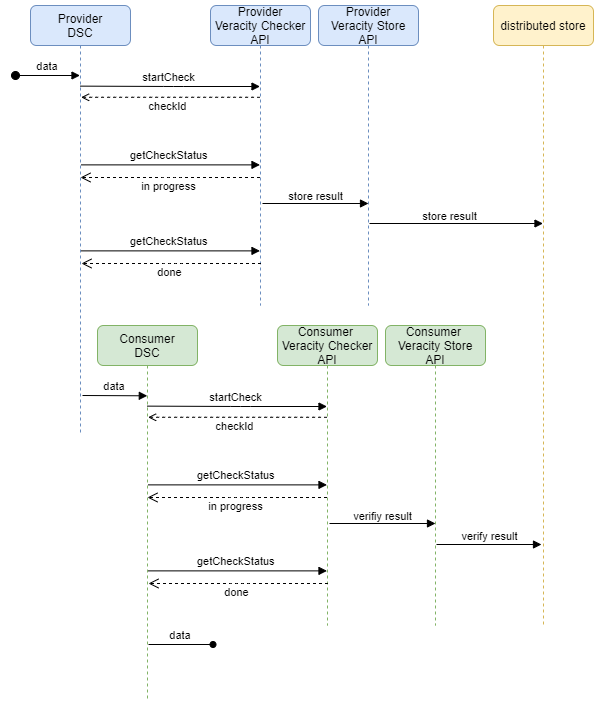
botondklenk/data-veracity keeps this draw.io diagram as docs/figures/check-call.drawio.png. Above is the earlier version. Source tidied: cells renumbered, new cells last; positions are measured from the earlier drawing's top-left corner, leaving out a move shared by most shapes. Source of this version:
```xml
<mxGraphModel background="#ffffff">
  <root>
    <mxCell id="0" />
    <mxCell id="1" parent="0" />
    <mxCell id="2" value="Provider&#10;DSC" style="shape=umlLifeline;perimeter=lifelinePerimeter;rounded=1;shadow=0;strokeWidth=1;fillColor=#dae8fc;strokeColor=#6c8ebf;" parent="1" vertex="1">
      <mxGeometry x="15" width="100" height="427" as="geometry" />
    </mxCell>
    <mxCell id="3" value="data" style="verticalAlign=bottom;startArrow=oval;endArrow=block;startSize=8;shadow=0;strokeWidth=1;rounded=1;startFill=1;" parent="2" edge="1" target="2">
      <mxGeometry relative="1" as="geometry">
        <mxPoint x="-15" y="70" as="sourcePoint" />
      </mxGeometry>
    </mxCell>
    <mxCell id="4" value="Provider&#10;Veracity Checker&#10;API" style="shape=umlLifeline;perimeter=lifelinePerimeter;rounded=1;shadow=0;strokeWidth=1;fillColor=#dae8fc;strokeColor=#6c8ebf;" parent="1" vertex="1">
      <mxGeometry x="195" width="100" height="300" as="geometry" />
    </mxCell>
    <mxCell id="5" value="in progress" style="verticalAlign=bottom;endArrow=open;dashed=1;endSize=8;shadow=0;strokeWidth=1;rounded=1;" parent="1" edge="1">
      <mxGeometry x="0.02" y="18" relative="1" as="geometry">
        <mxPoint x="244.5" y="172" as="sourcePoint" />
        <mxPoint x="65" y="172" as="targetPoint" />
        <Array as="points">
          <mxPoint x="157" y="172" />
        </Array>
      </mxGeometry>
    </mxCell>
    <mxCell id="6" style="edgeStyle=none;orthogonalLoop=1;jettySize=auto;html=1;rounded=1;endArrow=open;sourcePerimeterSpacing=8;targetPerimeterSpacing=8;curved=1;entryX=0.506;entryY=0.3;entryDx=0;entryDy=0;entryPerimeter=0;dashed=1;" parent="1" edge="1">
      <mxGeometry relative="1" as="geometry">
        <mxPoint x="244.5" y="91.8" as="sourcePoint" />
        <mxPoint x="65.6" y="91.8" as="targetPoint" />
      </mxGeometry>
    </mxCell>
    <mxCell id="7" value="checkId" style="edgeLabel;html=1;align=center;verticalAlign=middle;rounded=1;" parent="6" vertex="1">
      <mxGeometry x="0.16" relative="1" as="geometry">
        <mxPoint x="11" y="9" as="offset" />
      </mxGeometry>
    </mxCell>
    <mxCell id="8" value="startCheck" style="verticalAlign=bottom;endArrow=block;shadow=0;strokeWidth=1;rounded=1;exitX=0.496;exitY=0.257;exitDx=0;exitDy=0;exitPerimeter=0;" parent="1" edge="1">
      <mxGeometry x="-0.01" relative="1" as="geometry">
        <mxPoint x="64.6" y="80.6" as="sourcePoint" />
        <mxPoint x="244.5" y="81" as="targetPoint" />
        <Array as="points">
          <mxPoint x="158" y="81" />
        </Array>
      </mxGeometry>
    </mxCell>
    <mxCell id="9" value="getCheckStatus" style="verticalAlign=bottom;endArrow=block;shadow=0;strokeWidth=1;rounded=1;exitX=0.508;exitY=0.509;exitDx=0;exitDy=0;exitPerimeter=0;" parent="1" edge="1">
      <mxGeometry x="-0.01" relative="1" as="geometry">
        <mxPoint x="65.8" y="159.4" as="sourcePoint" />
        <mxPoint x="244.5" y="159.4" as="targetPoint" />
      </mxGeometry>
    </mxCell>
    <mxCell id="10" style="edgeStyle=none;orthogonalLoop=1;jettySize=auto;html=1;rounded=1;endArrow=block;sourcePerimeterSpacing=8;targetPerimeterSpacing=8;curved=1;endFill=1;" parent="1" edge="1">
      <mxGeometry relative="1" as="geometry">
        <mxPoint x="247" y="198" as="sourcePoint" />
        <mxPoint x="353" y="198" as="targetPoint" />
      </mxGeometry>
    </mxCell>
    <mxCell id="11" value="store result" style="edgeLabel;html=1;align=center;verticalAlign=middle;rounded=1;" parent="10" vertex="1">
      <mxGeometry x="-0.21" y="2" relative="1" as="geometry">
        <mxPoint x="10" y="-6" as="offset" />
      </mxGeometry>
    </mxCell>
    <mxCell id="12" value="getCheckStatus" style="verticalAlign=bottom;endArrow=block;shadow=0;strokeWidth=1;rounded=1;exitX=0.508;exitY=0.509;exitDx=0;exitDy=0;exitPerimeter=0;" parent="1" edge="1">
      <mxGeometry x="-0.01" relative="1" as="geometry">
        <mxPoint x="65.8" y="245.4" as="sourcePoint" />
        <mxPoint x="244.5" y="245.4" as="targetPoint" />
      </mxGeometry>
    </mxCell>
    <mxCell id="13" value="done" style="verticalAlign=bottom;endArrow=open;dashed=1;endSize=8;shadow=0;strokeWidth=1;rounded=1;" parent="1" edge="1">
      <mxGeometry x="0.02" y="18" relative="1" as="geometry">
        <mxPoint x="245.5" y="258" as="sourcePoint" />
        <mxPoint x="66" y="258" as="targetPoint" />
        <Array as="points">
          <mxPoint x="158" y="258" />
        </Array>
      </mxGeometry>
    </mxCell>
    <mxCell id="14" value="Provider&#10;Veracity Store&#10;API" style="shape=umlLifeline;perimeter=lifelinePerimeter;rounded=1;shadow=0;strokeWidth=1;fillColor=#dae8fc;strokeColor=#6c8ebf;" parent="1" vertex="1">
      <mxGeometry x="303" width="100" height="300" as="geometry" />
    </mxCell>
    <mxCell id="15" value="distributed store" style="shape=umlLifeline;perimeter=lifelinePerimeter;rounded=1;shadow=0;strokeWidth=1;fillColor=#fff2cc;strokeColor=#d6b656;" parent="1" vertex="1">
      <mxGeometry x="478" width="100" height="622" as="geometry" />
    </mxCell>
    <mxCell id="16" value="Consumer&#10;DSC" style="shape=umlLifeline;perimeter=lifelinePerimeter;rounded=1;shadow=0;strokeWidth=1;fillColor=#d5e8d4;strokeColor=#82b366;" parent="1" vertex="1">
      <mxGeometry x="82" y="320" width="100" height="376" as="geometry" />
    </mxCell>
    <mxCell id="17" value="data" style="verticalAlign=bottom;startArrow=none;endArrow=block;startSize=8;shadow=0;strokeWidth=1;rounded=1;entryX=0.498;entryY=0.187;entryDx=0;entryDy=0;entryPerimeter=0;startFill=0;" parent="16" edge="1" target="16">
      <mxGeometry relative="1" as="geometry">
        <mxPoint x="-15" y="70" as="sourcePoint" />
      </mxGeometry>
    </mxCell>
    <mxCell id="18" value="data" style="verticalAlign=bottom;startArrow=none;endArrow=oval;startSize=8;shadow=0;strokeWidth=1;rounded=1;startFill=0;endFill=1;" parent="16" edge="1">
      <mxGeometry relative="1" as="geometry">
        <mxPoint x="51" y="319" as="sourcePoint" />
        <mxPoint x="115.5" y="319" as="targetPoint" />
      </mxGeometry>
    </mxCell>
    <mxCell id="19" value="Consumer &#10;Veracity Checker&#10;API" style="shape=umlLifeline;perimeter=lifelinePerimeter;rounded=1;shadow=0;strokeWidth=1;fillColor=#d5e8d4;strokeColor=#82b366;" parent="1" vertex="1">
      <mxGeometry x="262" y="320" width="100" height="300" as="geometry" />
    </mxCell>
    <mxCell id="20" value="in progress" style="verticalAlign=bottom;endArrow=open;dashed=1;endSize=8;shadow=0;strokeWidth=1;rounded=1;" parent="1" edge="1">
      <mxGeometry x="0.02" y="18" relative="1" as="geometry">
        <mxPoint x="311.5" y="492" as="sourcePoint" />
        <mxPoint x="132" y="492" as="targetPoint" />
        <Array as="points">
          <mxPoint x="224" y="492" />
        </Array>
      </mxGeometry>
    </mxCell>
    <mxCell id="21" style="edgeStyle=none;orthogonalLoop=1;jettySize=auto;html=1;rounded=1;endArrow=open;sourcePerimeterSpacing=8;targetPerimeterSpacing=8;curved=1;entryX=0.506;entryY=0.3;entryDx=0;entryDy=0;entryPerimeter=0;dashed=1;" parent="1" edge="1">
      <mxGeometry relative="1" as="geometry">
        <mxPoint x="311.5" y="411.8" as="sourcePoint" />
        <mxPoint x="132.6" y="411.8" as="targetPoint" />
      </mxGeometry>
    </mxCell>
    <mxCell id="22" value="checkId" style="edgeLabel;html=1;align=center;verticalAlign=middle;rounded=1;" parent="21" vertex="1">
      <mxGeometry x="0.16" relative="1" as="geometry">
        <mxPoint x="11" y="9" as="offset" />
      </mxGeometry>
    </mxCell>
    <mxCell id="23" value="startCheck" style="verticalAlign=bottom;endArrow=block;shadow=0;strokeWidth=1;rounded=1;exitX=0.496;exitY=0.257;exitDx=0;exitDy=0;exitPerimeter=0;" parent="1" edge="1">
      <mxGeometry x="-0.01" relative="1" as="geometry">
        <mxPoint x="131.6" y="400.6" as="sourcePoint" />
        <mxPoint x="311.5" y="401" as="targetPoint" />
        <Array as="points">
          <mxPoint x="225" y="401" />
        </Array>
      </mxGeometry>
    </mxCell>
    <mxCell id="24" value="getCheckStatus" style="verticalAlign=bottom;endArrow=block;shadow=0;strokeWidth=1;rounded=1;exitX=0.508;exitY=0.509;exitDx=0;exitDy=0;exitPerimeter=0;" parent="1" edge="1">
      <mxGeometry x="-0.01" relative="1" as="geometry">
        <mxPoint x="132.8" y="479.4" as="sourcePoint" />
        <mxPoint x="311.5" y="479.4" as="targetPoint" />
      </mxGeometry>
    </mxCell>
    <mxCell id="25" style="edgeStyle=none;orthogonalLoop=1;jettySize=auto;html=1;rounded=1;endArrow=block;sourcePerimeterSpacing=8;targetPerimeterSpacing=8;curved=1;endFill=1;" parent="1" edge="1">
      <mxGeometry relative="1" as="geometry">
        <mxPoint x="314" y="518" as="sourcePoint" />
        <mxPoint x="420" y="518" as="targetPoint" />
      </mxGeometry>
    </mxCell>
    <mxCell id="26" value="verifiy result" style="edgeLabel;html=1;align=center;verticalAlign=middle;rounded=1;" parent="25" vertex="1">
      <mxGeometry x="-0.21" y="2" relative="1" as="geometry">
        <mxPoint x="10" y="-6" as="offset" />
      </mxGeometry>
    </mxCell>
    <mxCell id="27" value="getCheckStatus" style="verticalAlign=bottom;endArrow=block;shadow=0;strokeWidth=1;rounded=1;exitX=0.508;exitY=0.509;exitDx=0;exitDy=0;exitPerimeter=0;" parent="1" edge="1">
      <mxGeometry x="-0.01" relative="1" as="geometry">
        <mxPoint x="132.8" y="565.4" as="sourcePoint" />
        <mxPoint x="311.5" y="565.4" as="targetPoint" />
      </mxGeometry>
    </mxCell>
    <mxCell id="28" value="done" style="verticalAlign=bottom;endArrow=open;dashed=1;endSize=8;shadow=0;strokeWidth=1;rounded=1;" parent="1" edge="1">
      <mxGeometry x="0.02" y="18" relative="1" as="geometry">
        <mxPoint x="312.5" y="578" as="sourcePoint" />
        <mxPoint x="133" y="578" as="targetPoint" />
        <Array as="points">
          <mxPoint x="225" y="578" />
        </Array>
      </mxGeometry>
    </mxCell>
    <mxCell id="29" value="Consumer &#10;Veracity Store&#10;API" style="shape=umlLifeline;perimeter=lifelinePerimeter;rounded=1;shadow=0;strokeWidth=1;fillColor=#d5e8d4;strokeColor=#82b366;" parent="1" vertex="1">
      <mxGeometry x="370" y="320" width="100" height="300" as="geometry" />
    </mxCell>
    <mxCell id="30" style="edgeStyle=none;orthogonalLoop=1;jettySize=auto;html=1;endArrow=block;sourcePerimeterSpacing=8;targetPerimeterSpacing=8;endFill=1;curved=1;" parent="29" edge="1">
      <mxGeometry relative="1" as="geometry">
        <mxPoint x="51" y="219" as="sourcePoint" />
        <mxPoint x="156" y="219" as="targetPoint" />
      </mxGeometry>
    </mxCell>
    <mxCell id="31" value="verify result" style="edgeLabel;html=1;align=center;verticalAlign=middle;rounded=1;" parent="30" vertex="1">
      <mxGeometry x="-0.21" y="2" relative="1" as="geometry">
        <mxPoint x="11" y="-7" as="offset" />
      </mxGeometry>
    </mxCell>
    <mxCell id="32" style="edgeStyle=none;jettySize=auto;html=1;rounded=1;endArrow=block;sourcePerimeterSpacing=8;targetPerimeterSpacing=8;curved=1;endFill=1;" parent="1" edge="1" target="15">
      <mxGeometry relative="1" as="geometry">
        <mxPoint x="354" y="218" as="sourcePoint" />
      </mxGeometry>
    </mxCell>
    <mxCell id="33" value="store result" style="edgeLabel;html=1;align=center;verticalAlign=middle;rounded=1;" parent="32" vertex="1">
      <mxGeometry x="-0.21" y="2" relative="1" as="geometry">
        <mxPoint x="10" y="-6" as="offset" />
      </mxGeometry>
    </mxCell>
  </root>
</mxGraphModel>
```
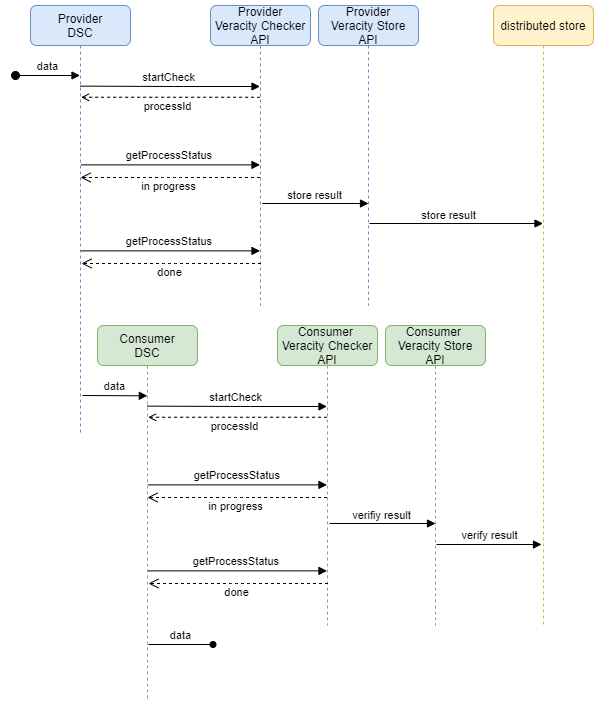
Above is the later version.

The edit, as a diff of the source:
```diff
@@ -28,7 +28,7 @@
         <mxPoint x="65.6" y="91.8" as="targetPoint" />
       </mxGeometry>
     </mxCell>
-    <mxCell id="7" value="checkId" style="edgeLabel;html=1;align=center;verticalAlign=middle;rounded=1;" parent="6" vertex="1">
+    <mxCell id="7" value="processId" style="edgeLabel;html=1;align=center;verticalAlign=middle;rounded=1;" parent="6" vertex="1">
       <mxGeometry x="0.16" relative="1" as="geometry">
         <mxPoint x="11" y="9" as="offset" />
       </mxGeometry>
@@ -42,7 +42,7 @@
         </Array>
       </mxGeometry>
     </mxCell>
-    <mxCell id="9" value="getCheckStatus" style="verticalAlign=bottom;endArrow=block;shadow=0;strokeWidth=1;rounded=1;exitX=0.508;exitY=0.509;exitDx=0;exitDy=0;exitPerimeter=0;" parent="1" edge="1">
+    <mxCell id="9" value="getProcessStatus" style="verticalAlign=bottom;endArrow=block;shadow=0;strokeWidth=1;rounded=1;exitX=0.508;exitY=0.509;exitDx=0;exitDy=0;exitPerimeter=0;" parent="1" edge="1">
       <mxGeometry x="-0.01" relative="1" as="geometry">
         <mxPoint x="65.8" y="159.4" as="sourcePoint" />
         <mxPoint x="244.5" y="159.4" as="targetPoint" />
@@ -59,7 +59,7 @@
         <mxPoint x="10" y="-6" as="offset" />
       </mxGeometry>
     </mxCell>
-    <mxCell id="12" value="getCheckStatus" style="verticalAlign=bottom;endArrow=block;shadow=0;strokeWidth=1;rounded=1;exitX=0.508;exitY=0.509;exitDx=0;exitDy=0;exitPerimeter=0;" parent="1" edge="1">
+    <mxCell id="12" value="getProcessStatus" style="verticalAlign=bottom;endArrow=block;shadow=0;strokeWidth=1;rounded=1;exitX=0.508;exitY=0.509;exitDx=0;exitDy=0;exitPerimeter=0;" parent="1" edge="1">
       <mxGeometry x="-0.01" relative="1" as="geometry">
         <mxPoint x="65.8" y="245.4" as="sourcePoint" />
         <mxPoint x="244.5" y="245.4" as="targetPoint" />
@@ -112,7 +112,7 @@
         <mxPoint x="132.6" y="411.8" as="targetPoint" />
       </mxGeometry>
     </mxCell>
-    <mxCell id="22" value="checkId" style="edgeLabel;html=1;align=center;verticalAlign=middle;rounded=1;" parent="21" vertex="1">
+    <mxCell id="22" value="processId" style="edgeLabel;html=1;align=center;verticalAlign=middle;rounded=1;" parent="21" vertex="1">
       <mxGeometry x="0.16" relative="1" as="geometry">
         <mxPoint x="11" y="9" as="offset" />
       </mxGeometry>
@@ -126,8 +126,8 @@
         </Array>
       </mxGeometry>
     </mxCell>
-    <mxCell id="24" value="getCheckStatus" style="verticalAlign=bottom;endArrow=block;shadow=0;strokeWidth=1;rounded=1;exitX=0.508;exitY=0.509;exitDx=0;exitDy=0;exitPerimeter=0;" parent="1" edge="1">
-      <mxGeometry x="-0.01" relative="1" as="geometry">
+    <mxCell id="24" value="getProcessStatus" style="verticalAlign=bottom;endArrow=block;shadow=0;strokeWidth=1;rounded=1;exitX=0.508;exitY=0.509;exitDx=0;exitDy=0;exitPerimeter=0;" parent="1" edge="1">
+      <mxGeometry relative="1" as="geometry">
         <mxPoint x="132.8" y="479.4" as="sourcePoint" />
         <mxPoint x="311.5" y="479.4" as="targetPoint" />
       </mxGeometry>
@@ -143,7 +143,7 @@
         <mxPoint x="10" y="-6" as="offset" />
       </mxGeometry>
     </mxCell>
-    <mxCell id="27" value="getCheckStatus" style="verticalAlign=bottom;endArrow=block;shadow=0;strokeWidth=1;rounded=1;exitX=0.508;exitY=0.509;exitDx=0;exitDy=0;exitPerimeter=0;" parent="1" edge="1">
+    <mxCell id="27" value="getProcessStatus" style="verticalAlign=bottom;endArrow=block;shadow=0;strokeWidth=1;rounded=1;exitX=0.508;exitY=0.509;exitDx=0;exitDy=0;exitPerimeter=0;" parent="1" edge="1">
       <mxGeometry x="-0.01" relative="1" as="geometry">
         <mxPoint x="132.8" y="565.4" as="sourcePoint" />
         <mxPoint x="311.5" y="565.4" as="targetPoint" />
```
